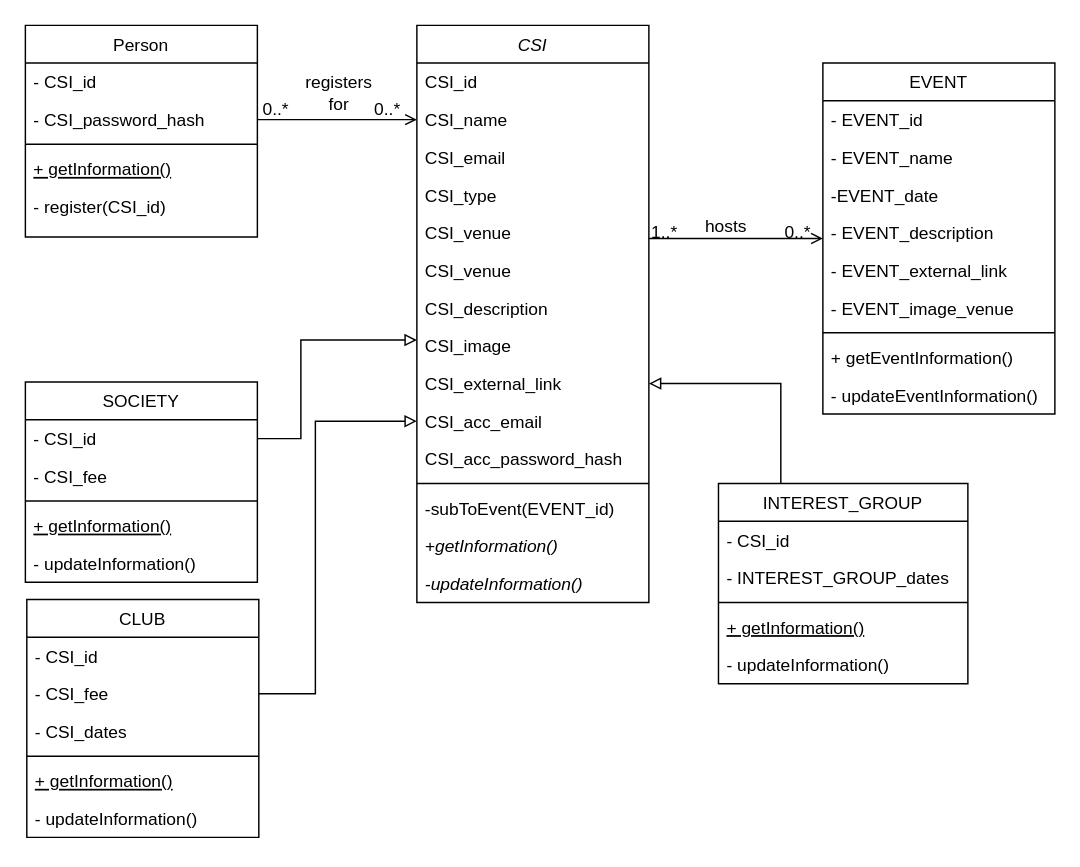
The draw.io diagram Diagrams/Class Diagram.drawio in Makizoro/Overclock, before the edit. Source tidied: cells renumbered, new cells numbered last; positions are measured from the earlier drawing's top-left corner, leaving out a move shared by most shapes. Both pictures are drawn from the tidied source at 145%, with x=0, y=0 at pixel (25, 25).
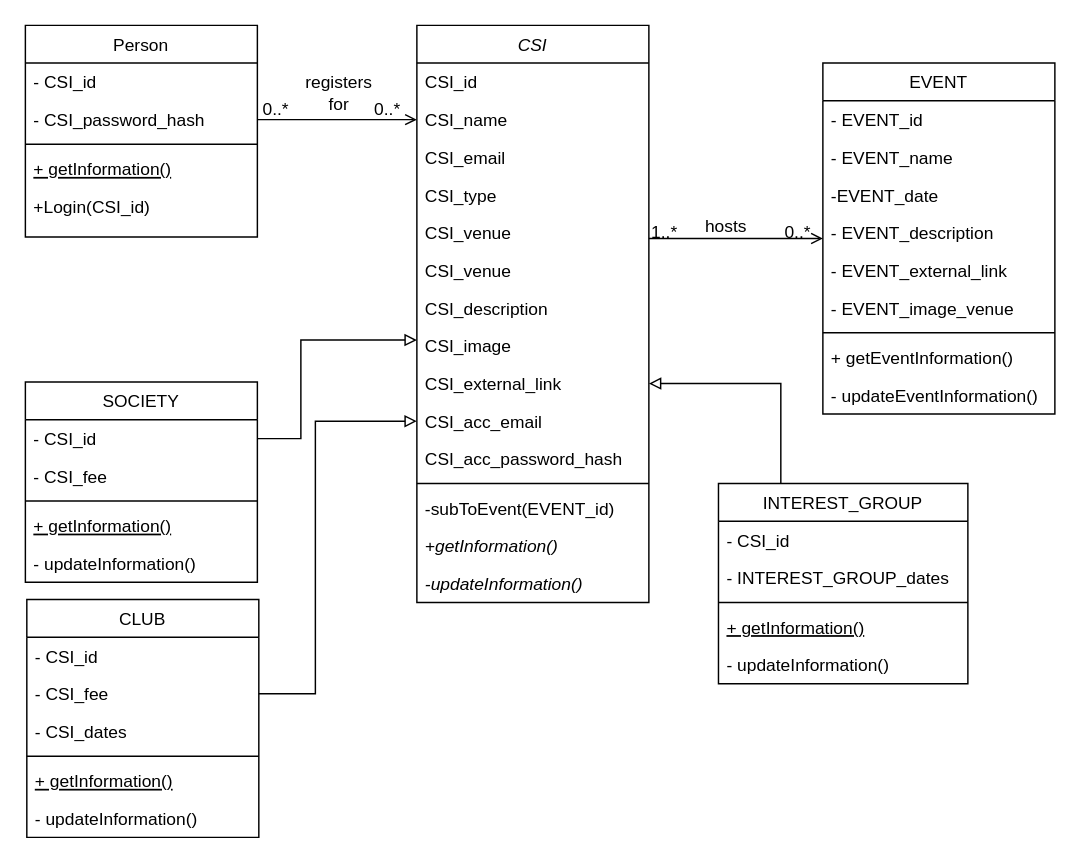
Above is the later version.

The change refers to these unchanged cells:
```xml
<mxCell id="51" value="Person" style="swimlane;fontStyle=0;align=center;verticalAlign=top;horizontal=1;startSize=26;rounded=0;shadow=0;strokeWidth=1;" parent="1" vertex="1">
  <mxGeometry width="160" height="146" as="geometry" />
</mxCell>
```

What changed in the source:
```diff
@@
-    <mxCell id="56" value="- register(CSI_id)" style="text;align=left;verticalAlign=top;spacingLeft=4;spacingRight=4;overflow=hidden;" parent="51" vertex="1">
+    <mxCell id="56" value="+Login(CSI_id)" style="text;align=left;verticalAlign=top;spacingLeft=4;spacingRight=4;overflow=hidden;" parent="51" vertex="1">
       <mxGeometry y="112" width="160" height="26" as="geometry" />
     </mxCell>
```
